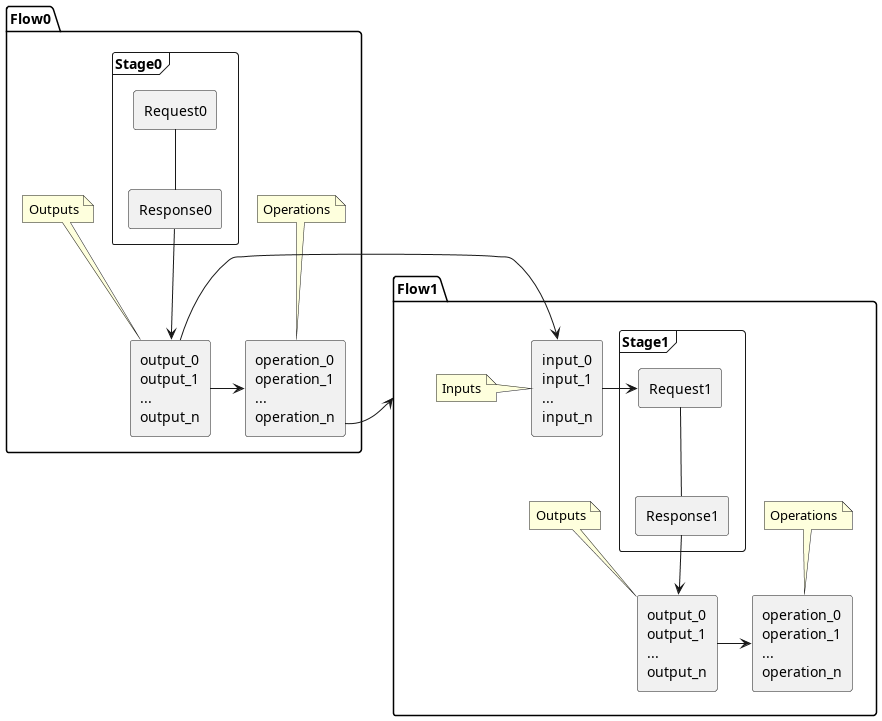
Before: docs/diagrams/raider_flows.png, a diagram exported from PlantUML (OWASP/raider). Its diagram source:
```plantuml
@startuml
skinparam componentStyle rectangle

package "Flow0" {
  frame "Stage0" {
  [Request0] -down- [Response0]
  }

  component outputs0 [
  output_0
  output_1
  ...
  output_n
  ]

  component operations0 [
  operation_0
  operation_1
  ...
  operation_n
  ]

  Response0 --> outputs0
  note top of outputs0 : Outputs

  outputs0 -right-> operations0
  note top of operations0 : Operations

}


package "Flow1" {
  frame "Stage1" {
  [Request1] -down- [Response1]
  }

  component outputs1 [
  output_0
  output_1
  ...
  output_n
  ]

  component inputs1 [
  input_0
  input_1
  ...
  input_n
  ]

  component operations1 [
  operation_0
  operation_1
  ...
  operation_n
  ]

  Response1 --> outputs1
  note top of outputs1 : Outputs
  note left of inputs1 : Inputs

  outputs1 -right-> operations1
  note top of operations1 : Operations

}

operations0 -> Flow1
outputs0 -> inputs1
inputs1 -> Request1
@enduml
```
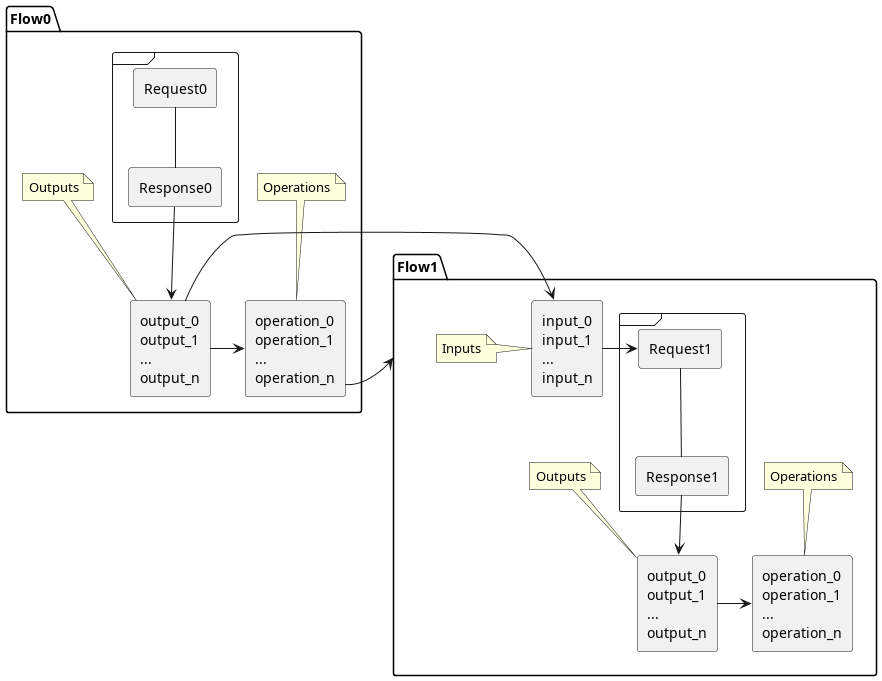
After the change.

Change to the diagram source:
```diff
@@ -2,7 +2,7 @@
 skinparam componentStyle rectangle
 
 package "Flow0" {
-  frame "Stage0" {
+  frame {
   [Request0] -down- [Response0]
   }
 
@@ -30,7 +30,7 @@
 
 
 package "Flow1" {
-  frame "Stage1" {
+  frame {
   [Request1] -down- [Response1]
   }
 
```
